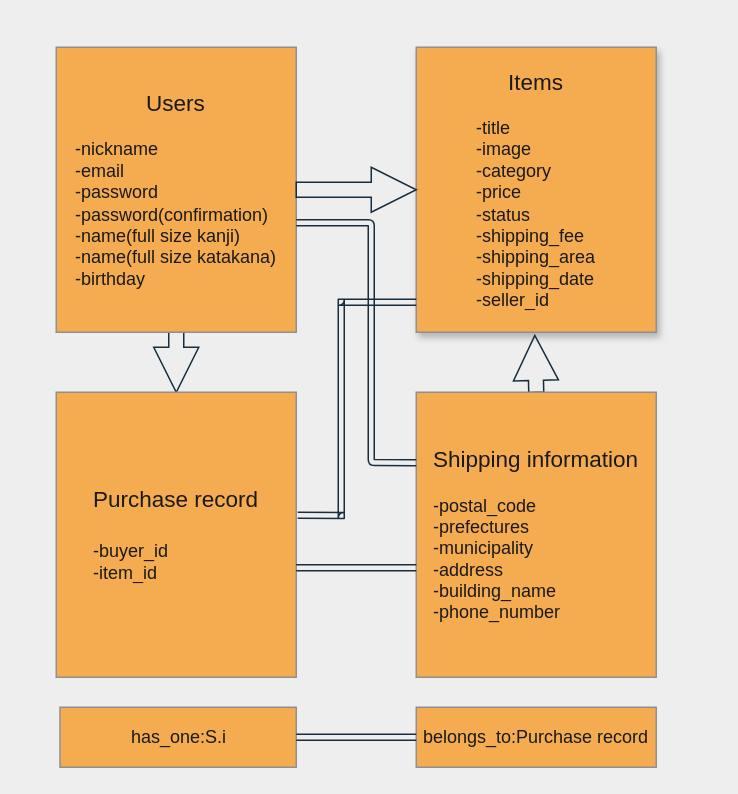
This is app/assets/test.dio from mo0777lucky/furima-35588, a draw.io file, before an edit. Source tidied: cells renumbered, new cells numbered last; positions are measured from the earlier drawing's top-left corner, leaving out a move shared by most shapes. Both pictures are drawn from the tidied source at 150%, with x=0, y=0 at pixel (56, 46).
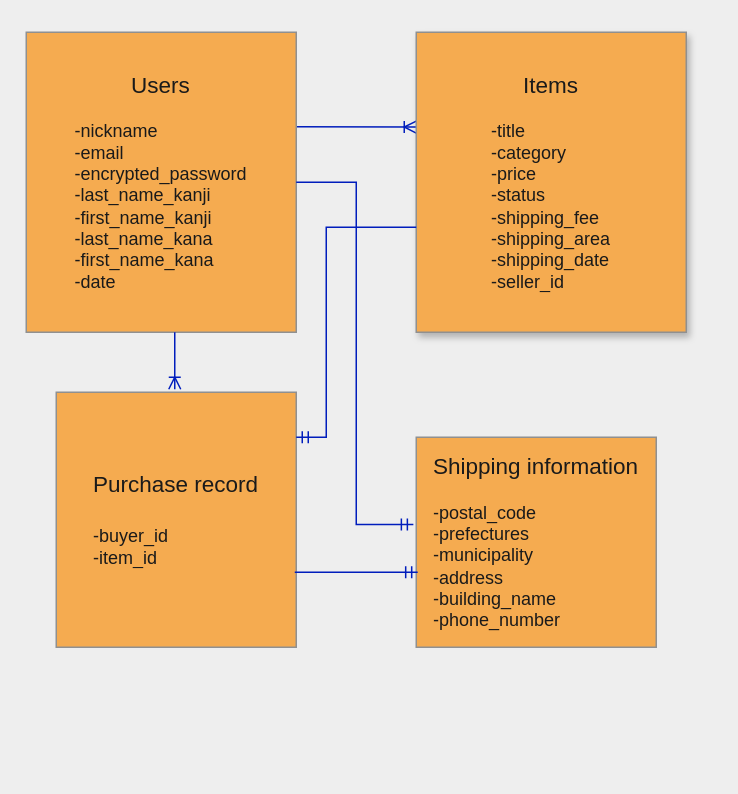
After the change.

Commit message (it also covers changes not shown here):
ER図/README修正１回目

Diff of the diagram source:
```diff
@@
-    <mxCell id="2" style="edgeStyle=orthogonalEdgeStyle;shape=arrow;curved=0;rounded=1;sketch=0;jettySize=auto;html=1;entryX=0.5;entryY=0;entryDx=0;entryDy=0;entryPerimeter=0;strokeColor=#182E3E;fontColor=#1A1A1A;" parent="1" edge="1" source="3" target="10">
-      <mxGeometry relative="1" as="geometry" />
-    </mxCell>
+    <mxCell id="23" style="edgeStyle=none;rounded=0;jettySize=auto;html=1;exitX=0.994;exitY=0.315;exitDx=0;exitDy=0;exitPerimeter=0;endArrow=ERoneToMany;endFill=0;fillColor=#0050ef;strokeColor=#001DBC;entryX=0;entryY=0.316;entryDx=0;entryDy=0;entryPerimeter=0;" parent="1" edge="1" source="4" target="7">
+      <mxGeometry relative="1" as="geometry" />
+    </mxCell>
     <mxCell id="3" style="shape=table;html=1;whiteSpace=wrap;startSize=0;childLayout=tableLayout;fillColor=#F5AB50;strokeColor=#909090;fontColor=#1A1A1A;" parent="1" vertex="1">
-      <mxGeometry width="160" height="190" as="geometry" />
+      <mxGeometry x="-20" y="-10" width="180" height="200" as="geometry" />
     </mxCell>
     <mxCell id="4" style="shape=partialRectangle;html=1;whiteSpace=wrap;fillColor=none;top=0;left=0;bottom=0;right=0;points=[[0,0.5],[1,0.5]];portConstraint=eastwest;strokeColor=#909090;fontColor=#1A1A1A;" parent="3" vertex="1">
-      <mxGeometry width="160" height="190" as="geometry" />
+      <mxGeometry width="180" height="200" as="geometry" />
     </mxCell>
-    <mxCell id="5" value="&lt;font style=&quot;font-size: 15px&quot;&gt;Users&lt;/font&gt;&lt;br&gt;&lt;div style=&quot;text-align: left&quot;&gt;&lt;span&gt;&lt;br&gt;&lt;/span&gt;&lt;/div&gt;&lt;div style=&quot;text-align: left&quot;&gt;&lt;span&gt;-nickname&lt;/span&gt;&lt;/div&gt;&lt;div style=&quot;text-align: left&quot;&gt;&lt;span&gt;-email&lt;/span&gt;&lt;/div&gt;&lt;div style=&quot;text-align: left&quot;&gt;&lt;span&gt;-password&lt;/span&gt;&lt;/div&gt;&lt;div style=&quot;text-align: left&quot;&gt;&lt;span&gt;-password(confirmation)&lt;/span&gt;&lt;/div&gt;&lt;div style=&quot;text-align: left&quot;&gt;&lt;span&gt;-name(full size kanji)&lt;/span&gt;&lt;/div&gt;&lt;div style=&quot;text-align: left&quot;&gt;&lt;span&gt;-name(full size katakana)&lt;/span&gt;&lt;/div&gt;&lt;div style=&quot;text-align: left&quot;&gt;&lt;span&gt;-birthday&lt;/span&gt;&lt;/div&gt;" style="shape=partialRectangle;html=1;whiteSpace=wrap;overflow=hidden;fillColor=none;top=0;left=0;bottom=0;right=0;strokeColor=#909090;fontColor=#1A1A1A;" parent="4" vertex="1">
-      <mxGeometry width="160" height="190" as="geometry" />
+    <mxCell id="5" value="&lt;font style=&quot;font-size: 15px&quot;&gt;Users&lt;/font&gt;&lt;br&gt;&lt;div style=&quot;text-align: left&quot;&gt;&lt;span&gt;&lt;br&gt;&lt;/span&gt;&lt;/div&gt;&lt;div style=&quot;text-align: left&quot;&gt;&lt;span&gt;-nickname&lt;/span&gt;&lt;/div&gt;&lt;div style=&quot;text-align: left&quot;&gt;&lt;span&gt;-email&lt;/span&gt;&lt;/div&gt;&lt;div style=&quot;text-align: left&quot;&gt;&lt;span&gt;-encrypted_password&lt;/span&gt;&lt;/div&gt;&lt;div style=&quot;text-align: left&quot;&gt;&lt;span&gt;-last_name_kanji&lt;/span&gt;&lt;/div&gt;&lt;div style=&quot;text-align: left&quot;&gt;&lt;span&gt;-first_name_kanji&lt;/span&gt;&lt;/div&gt;&lt;div style=&quot;text-align: left&quot;&gt;&lt;span&gt;-last_name_kana&lt;/span&gt;&lt;/div&gt;&lt;div style=&quot;text-align: left&quot;&gt;&lt;span&gt;-first_name_kana&lt;/span&gt;&lt;/div&gt;&lt;div style=&quot;text-align: left&quot;&gt;&lt;span&gt;-date&lt;/span&gt;&lt;/div&gt;" style="shape=partialRectangle;html=1;whiteSpace=wrap;overflow=hidden;fillColor=none;top=0;left=0;bottom=0;right=0;strokeColor=#909090;fontColor=#1A1A1A;" parent="4" vertex="1">
+      <mxGeometry width="180" height="200" as="geometry" />
     </mxCell>
     <mxCell id="6" style="shape=table;html=1;whiteSpace=wrap;startSize=0;childLayout=tableLayout;strokeColor=#909090;shadow=1;fillColor=#F5AB50;fontColor=#1A1A1A;" parent="1" vertex="1">
-      <mxGeometry x="240" width="160" height="190" as="geometry" />
+      <mxGeometry x="240" y="-10" width="180" height="200" as="geometry" />
     </mxCell>
     <mxCell id="7" style="shape=partialRectangle;html=1;whiteSpace=wrap;fillColor=none;top=0;left=0;bottom=0;right=0;points=[[0,0.5],[1,0.5]];portConstraint=eastwest;strokeColor=#909090;fontColor=#1A1A1A;" parent="6" vertex="1">
-      <mxGeometry width="160" height="190" as="geometry" />
+      <mxGeometry width="180" height="200" as="geometry" />
     </mxCell>
-    <mxCell id="8" value="&lt;font style=&quot;font-size: 15px&quot;&gt;Items&lt;br&gt;&lt;/font&gt;&lt;br&gt;&lt;div style=&quot;text-align: left&quot;&gt;&lt;span&gt;-title&lt;/span&gt;&lt;/div&gt;&lt;div style=&quot;text-align: left&quot;&gt;&lt;span&gt;-image&lt;/span&gt;&lt;/div&gt;&lt;div style=&quot;text-align: left&quot;&gt;&lt;span&gt;-category&lt;/span&gt;&lt;/div&gt;&lt;div style=&quot;text-align: left&quot;&gt;&lt;span&gt;-price&lt;/span&gt;&lt;/div&gt;&lt;div style=&quot;text-align: left&quot;&gt;&lt;span&gt;-status&lt;/span&gt;&lt;/div&gt;&lt;div style=&quot;text-align: left&quot;&gt;&lt;span&gt;-shipping_fee&lt;/span&gt;&lt;/div&gt;&lt;div style=&quot;text-align: left&quot;&gt;&lt;span&gt;-shipping_area&lt;/span&gt;&lt;/div&gt;&lt;div style=&quot;text-align: left&quot;&gt;&lt;span&gt;-shipping_date&lt;/span&gt;&lt;/div&gt;&lt;div style=&quot;text-align: left&quot;&gt;-seller_id&lt;span&gt;&lt;br&gt;&lt;/span&gt;&lt;/div&gt;" style="shape=partialRectangle;html=1;whiteSpace=wrap;overflow=hidden;fillColor=none;top=0;left=0;bottom=0;right=0;strokeColor=#909090;fontColor=#1A1A1A;" parent="7" vertex="1">
-      <mxGeometry width="160" height="190" as="geometry" />
+    <mxCell id="8" value="&lt;font style=&quot;font-size: 15px&quot;&gt;Items&lt;br&gt;&lt;/font&gt;&lt;br&gt;&lt;div style=&quot;text-align: left&quot;&gt;&lt;span&gt;-title&lt;/span&gt;&lt;/div&gt;&lt;div style=&quot;text-align: left&quot;&gt;&lt;span&gt;-category&lt;/span&gt;&lt;/div&gt;&lt;div style=&quot;text-align: left&quot;&gt;&lt;span&gt;-price&lt;/span&gt;&lt;/div&gt;&lt;div style=&quot;text-align: left&quot;&gt;&lt;span&gt;-status&lt;/span&gt;&lt;/div&gt;&lt;div style=&quot;text-align: left&quot;&gt;&lt;span&gt;-shipping_fee&lt;/span&gt;&lt;/div&gt;&lt;div style=&quot;text-align: left&quot;&gt;&lt;span&gt;-shipping_area&lt;/span&gt;&lt;/div&gt;&lt;div style=&quot;text-align: left&quot;&gt;&lt;span&gt;-shipping_date&lt;/span&gt;&lt;/div&gt;&lt;div style=&quot;text-align: left&quot;&gt;-seller_id&lt;span&gt;&lt;br&gt;&lt;/span&gt;&lt;/div&gt;" style="shape=partialRectangle;html=1;whiteSpace=wrap;overflow=hidden;fillColor=none;top=0;left=0;bottom=0;right=0;strokeColor=#909090;fontColor=#1A1A1A;" parent="7" vertex="1">
+      <mxGeometry width="180" height="200" as="geometry" />
     </mxCell>
     <mxCell id="9" style="shape=table;html=1;whiteSpace=wrap;startSize=0;childLayout=tableLayout;fillColor=#F5AB50;strokeColor=#909090;fontColor=#1A1A1A;" parent="1" vertex="1">
-      <mxGeometry y="230" width="160" height="190" as="geometry" />
+      <mxGeometry y="230" width="160" height="170" as="geometry" />
     </mxCell>
     <mxCell id="10" style="shape=partialRectangle;html=1;whiteSpace=wrap;fillColor=none;top=0;left=0;bottom=0;right=0;points=[[0,0.5],[1,0.5]];portConstraint=eastwest;strokeColor=#909090;fontColor=#1A1A1A;" parent="9" vertex="1">
-      <mxGeometry width="160" height="190" as="geometry" />
+      <mxGeometry width="160" height="170" as="geometry" />
     </mxCell>
     <mxCell id="11" value="&lt;font style=&quot;font-size: 15px&quot;&gt;Purchase record&lt;br&gt;&lt;br&gt;&lt;/font&gt;&lt;div style=&quot;text-align: left&quot;&gt;&lt;span&gt;-buyer_id&lt;/span&gt;&lt;/div&gt;&lt;div style=&quot;text-align: left&quot;&gt;-item_id&lt;/div&gt;" style="shape=partialRectangle;html=1;whiteSpace=wrap;overflow=hidden;fillColor=none;top=0;left=0;bottom=0;right=0;strokeColor=#909090;fontColor=#1A1A1A;" parent="10" vertex="1">
-      <mxGeometry width="160" height="190" as="geometry" />
+      <mxGeometry width="160" height="170" as="geometry" />
     </mxCell>
-    <mxCell id="12" style="edgeStyle=orthogonalEdgeStyle;shape=arrow;curved=0;rounded=1;sketch=0;jettySize=auto;html=1;entryX=0.494;entryY=1.011;entryDx=0;entryDy=0;entryPerimeter=0;strokeColor=#182E3E;fontColor=#1A1A1A;" parent="1" edge="1" source="13" target="7">
-      <mxGeometry relative="1" as="geometry" />
-    </mxCell>
     <mxCell id="13" style="shape=table;html=1;whiteSpace=wrap;startSize=0;childLayout=tableLayout;fillColor=#F5AB50;strokeColor=#909090;fontColor=#1A1A1A;" parent="1" vertex="1">
-      <mxGeometry x="240" y="230" width="160" height="190" as="geometry" />
+      <mxGeometry x="240" y="260" width="160" height="140" as="geometry" />
     </mxCell>
     <mxCell id="14" style="shape=partialRectangle;html=1;whiteSpace=wrap;fillColor=none;top=0;left=0;bottom=0;right=0;points=[[0,0.5],[1,0.5]];portConstraint=eastwest;strokeColor=#909090;fontColor=#1A1A1A;" parent="13" vertex="1">
-      <mxGeometry width="160" height="190" as="geometry" />
+      <mxGeometry width="160" height="140" as="geometry" />
     </mxCell>
     <mxCell id="15" value="&lt;font style=&quot;font-size: 15px&quot;&gt;Shipping information&lt;/font&gt;&lt;br&gt;&lt;br&gt;&lt;div style=&quot;text-align: left&quot;&gt;&lt;span&gt;-postal_code&lt;/span&gt;&lt;/div&gt;&lt;div style=&quot;text-align: left&quot;&gt;&lt;span&gt;-prefectures&lt;/span&gt;&lt;/div&gt;&lt;div style=&quot;text-align: left&quot;&gt;&lt;span&gt;-municipality&lt;/span&gt;&lt;/div&gt;&lt;div style=&quot;text-align: left&quot;&gt;&lt;span&gt;-address&lt;/span&gt;&lt;/div&gt;&lt;div style=&quot;text-align: left&quot;&gt;&lt;span&gt;-building_name&lt;/span&gt;&lt;/div&gt;&lt;div style=&quot;text-align: left&quot;&gt;&lt;span&gt;-phone_number&lt;/span&gt;&lt;/div&gt;" style="shape=partialRectangle;html=1;whiteSpace=wrap;overflow=hidden;fillColor=none;top=0;left=0;bottom=0;right=0;strokeColor=#909090;fontColor=#1A1A1A;" parent="14" vertex="1">
-      <mxGeometry width="160" height="190" as="geometry" />
+      <mxGeometry width="160" height="140" as="geometry" />
     </mxCell>
-    <mxCell id="16" style="shape=table;html=1;whiteSpace=wrap;startSize=0;childLayout=tableLayout;fillColor=#F5AB50;strokeColor=#909090;fontColor=#1A1A1A;" parent="1" vertex="1">
-      <mxGeometry x="2.5" y="440" width="157.5" height="40" as="geometry" />
-    </mxCell>
-    <mxCell id="17" style="shape=partialRectangle;html=1;whiteSpace=wrap;fillColor=none;top=0;left=0;bottom=0;right=0;points=[[0,0.5],[1,0.5]];portConstraint=eastwest;strokeColor=#909090;fontColor=#1A1A1A;" parent="16" vertex="1">
-      <mxGeometry width="157.5" height="40" as="geometry" />
-    </mxCell>
-    <mxCell id="18" value="has_one:S.i" style="shape=partialRectangle;html=1;whiteSpace=wrap;overflow=hidden;fillColor=none;top=0;left=0;bottom=0;right=0;strokeColor=#909090;fontColor=#1A1A1A;" parent="17" vertex="1">
-      <mxGeometry width="158" height="40" as="geometry" />
-    </mxCell>
-    <mxCell id="19" style="shape=table;html=1;whiteSpace=wrap;startSize=0;childLayout=tableLayout;fillColor=#F5AB50;strokeColor=#909090;fontColor=#1A1A1A;" parent="1" vertex="1">
-      <mxGeometry x="240" y="440" width="160" height="40" as="geometry" />
-    </mxCell>
-    <mxCell id="20" style="shape=partialRectangle;html=1;whiteSpace=wrap;fillColor=none;top=0;left=0;bottom=0;right=0;points=[[0,0.5],[1,0.5]];portConstraint=eastwest;strokeColor=#909090;fontColor=#1A1A1A;" parent="19" vertex="1">
-      <mxGeometry width="160" height="40" as="geometry" />
-    </mxCell>
-    <mxCell id="21" value="belongs_to:&lt;font style=&quot;font-size: 12px&quot;&gt;Purchase record&lt;/font&gt;" style="shape=partialRectangle;html=1;whiteSpace=wrap;overflow=hidden;fillColor=none;top=0;left=0;bottom=0;right=0;strokeColor=#909090;fontColor=#1A1A1A;" parent="20" vertex="1">
-      <mxGeometry width="160" height="40" as="geometry" />
-    </mxCell>
-    <mxCell id="22" style="edgeStyle=none;shape=link;rounded=0;jettySize=auto;html=1;entryX=0;entryY=0.616;entryDx=0;entryDy=0;labelBackgroundColor=#EEEEEE;strokeColor=#182E3E;fontColor=#1A1A1A;entryPerimeter=0;" parent="1" edge="1" target="14">
-      <mxGeometry relative="1" as="geometry">
-        <mxPoint x="160" y="347" as="sourcePoint" />
-      </mxGeometry>
-    </mxCell>
-    <mxCell id="23" style="edgeStyle=orthogonalEdgeStyle;shape=arrow;curved=0;rounded=1;sketch=0;jettySize=auto;html=1;entryX=0;entryY=0.5;entryDx=0;entryDy=0;strokeColor=#182E3E;fontColor=#1A1A1A;" parent="1" edge="1" source="4" target="7">
-      <mxGeometry relative="1" as="geometry" />
-    </mxCell>
-    <mxCell id="24" style="edgeStyle=orthogonalEdgeStyle;shape=link;rounded=1;sketch=0;jettySize=auto;html=1;entryX=0;entryY=0.247;entryDx=0;entryDy=0;entryPerimeter=0;strokeColor=#182E3E;fontColor=#1A1A1A;exitX=1;exitY=0.616;exitDx=0;exitDy=0;exitPerimeter=0;" parent="1" edge="1" source="4" target="14">
-      <mxGeometry relative="1" as="geometry">
-        <Array as="points">
-          <mxPoint x="210" y="117" />
-          <mxPoint x="210" y="277" />
-        </Array>
-      </mxGeometry>
+    <mxCell id="24" style="edgeStyle=orthogonalEdgeStyle;rounded=0;jettySize=auto;html=1;entryX=-0.012;entryY=0.416;entryDx=0;entryDy=0;entryPerimeter=0;endArrow=ERmandOne;endFill=0;fillColor=#0050ef;strokeColor=#001DBC;" parent="1" edge="1" source="4" target="14">
+      <mxGeometry relative="1" as="geometry" />
     </mxCell>
-    <mxCell id="25" style="edgeStyle=orthogonalEdgeStyle;shape=link;rounded=1;sketch=0;jettySize=auto;html=1;entryX=1.006;entryY=0.432;entryDx=0;entryDy=0;entryPerimeter=0;strokeColor=#182E3E;fontColor=#1A1A1A;width=-4;" parent="1" edge="1" source="7" target="10">
+    <mxCell id="25" style="edgeStyle=orthogonalEdgeStyle;rounded=0;jettySize=auto;html=1;endArrow=ERmandOne;endFill=0;fillColor=#0050ef;strokeColor=#001DBC;" parent="1" edge="1" source="7" target="10">
       <mxGeometry relative="1" as="geometry">
         <Array as="points">
-          <mxPoint x="190" y="170" />
-          <mxPoint x="190" y="312" />
+          <mxPoint x="180" y="120" />
+          <mxPoint x="180" y="260" />
         </Array>
       </mxGeometry>
     </mxCell>
-    <mxCell id="26" style="edgeStyle=orthogonalEdgeStyle;shape=link;rounded=1;sketch=0;jettySize=auto;html=1;entryX=0;entryY=0.5;entryDx=0;entryDy=0;strokeColor=#182E3E;fontColor=#1A1A1A;" parent="1" edge="1" source="17" target="20">
-      <mxGeometry relative="1" as="geometry" />
-    </mxCell>
+    <mxCell id="27" style="edgeStyle=none;rounded=0;orthogonalLoop=1;jettySize=auto;html=1;endArrow=ERoneToMany;endFill=0;fillColor=#0050ef;strokeColor=#001DBC;" parent="1" edge="1">
+      <mxGeometry relative="1" as="geometry">
+        <mxPoint x="79" y="190" as="sourcePoint" />
+        <mxPoint x="79" y="228" as="targetPoint" />
+        <Array as="points">
+          <mxPoint x="79" y="200" />
+        </Array>
+      </mxGeometry>
+    </mxCell>
+    <mxCell id="28" style="edgeStyle=none;rounded=0;jettySize=auto;html=1;endArrow=ERmandOne;endFill=0;fillColor=#0050ef;strokeColor=#001DBC;entryX=0.006;entryY=0.643;entryDx=0;entryDy=0;entryPerimeter=0;" parent="1" edge="1" target="14">
+      <mxGeometry relative="1" as="geometry">
+        <mxPoint x="159" y="350" as="sourcePoint" />
+        <Array as="points">
+          <mxPoint x="210" y="350" />
+        </Array>
+      </mxGeometry>
+    </mxCell>
```
